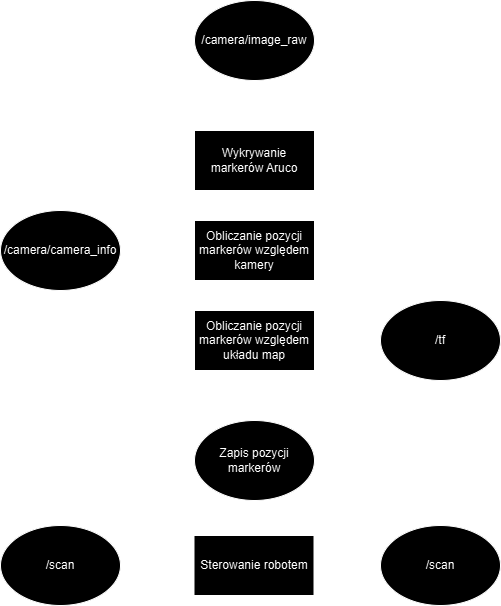
The draw.io diagram img/topic relations.png in JJayU/arm_aruco_search, before a commit. Source tidied: cells renumbered, new cells last; positions are measured from the earlier drawing's top-left corner, leaving out a move shared by most shapes. Its diagram source:
```xml
<mxGraphModel>
  <root>
    <mxCell id="0" />
    <mxCell id="1" parent="0" />
    <mxCell id="2" style="edgeStyle=orthogonalEdgeStyle;rounded=0;jettySize=auto;html=1;exitX=0.5;exitY=1;exitDx=0;exitDy=0;entryX=0.5;entryY=0;entryDx=0;entryDy=0;" parent="1" edge="1" source="3" target="11">
      <mxGeometry relative="1" as="geometry" />
    </mxCell>
    <mxCell id="3" value="/camera/image_raw" style="ellipse;whiteSpace=wrap;html=1;" parent="1" vertex="1">
      <mxGeometry x="194" width="120" height="80" as="geometry" />
    </mxCell>
    <mxCell id="4" style="edgeStyle=orthogonalEdgeStyle;rounded=0;jettySize=auto;html=1;exitX=1;exitY=0.5;exitDx=0;exitDy=0;entryX=0;entryY=0.5;entryDx=0;entryDy=0;" parent="1" edge="1" source="5" target="13">
      <mxGeometry relative="1" as="geometry" />
    </mxCell>
    <mxCell id="5" value="/camera/camera_info" style="ellipse;whiteSpace=wrap;html=1;" parent="1" vertex="1">
      <mxGeometry y="210" width="120" height="80" as="geometry" />
    </mxCell>
    <mxCell id="6" style="edgeStyle=orthogonalEdgeStyle;rounded=0;jettySize=auto;html=1;" parent="1" edge="1" source="7" target="18">
      <mxGeometry relative="1" as="geometry" />
    </mxCell>
    <mxCell id="7" value="/scan" style="ellipse;whiteSpace=wrap;html=1;" parent="1" vertex="1">
      <mxGeometry y="525" width="120" height="80" as="geometry" />
    </mxCell>
    <mxCell id="8" style="edgeStyle=orthogonalEdgeStyle;rounded=0;jettySize=auto;html=1;" parent="1" edge="1" source="9" target="15">
      <mxGeometry relative="1" as="geometry" />
    </mxCell>
    <mxCell id="9" value="/tf" style="ellipse;whiteSpace=wrap;html=1;" parent="1" vertex="1">
      <mxGeometry x="380" y="300" width="120" height="80" as="geometry" />
    </mxCell>
    <mxCell id="10" style="edgeStyle=orthogonalEdgeStyle;rounded=0;jettySize=auto;html=1;" parent="1" edge="1" source="11" target="13">
      <mxGeometry relative="1" as="geometry" />
    </mxCell>
    <mxCell id="11" value="Wykrywanie markerów Aruco" style="rounded=0;whiteSpace=wrap;html=1;" parent="1" vertex="1">
      <mxGeometry x="194" y="130" width="120" height="60" as="geometry" />
    </mxCell>
    <mxCell id="12" style="edgeStyle=orthogonalEdgeStyle;rounded=0;jettySize=auto;html=1;" parent="1" edge="1" source="13" target="15">
      <mxGeometry relative="1" as="geometry" />
    </mxCell>
    <mxCell id="13" value="Obliczanie pozycji markerów względem kamery" style="rounded=0;whiteSpace=wrap;html=1;" parent="1" vertex="1">
      <mxGeometry x="194" y="220" width="120" height="60" as="geometry" />
    </mxCell>
    <mxCell id="14" style="edgeStyle=orthogonalEdgeStyle;rounded=0;jettySize=auto;html=1;" parent="1" edge="1" source="15" target="19">
      <mxGeometry relative="1" as="geometry" />
    </mxCell>
    <mxCell id="15" value="Obliczanie pozycji markerów względem układu map" style="rounded=0;whiteSpace=wrap;html=1;" parent="1" vertex="1">
      <mxGeometry x="194" y="310" width="120" height="60" as="geometry" />
    </mxCell>
    <mxCell id="16" value="/scan" style="ellipse;whiteSpace=wrap;html=1;" parent="1" vertex="1">
      <mxGeometry x="380" y="525" width="120" height="80" as="geometry" />
    </mxCell>
    <mxCell id="17" style="edgeStyle=orthogonalEdgeStyle;rounded=0;jettySize=auto;html=1;" parent="1" edge="1" source="18" target="16">
      <mxGeometry relative="1" as="geometry" />
    </mxCell>
    <mxCell id="18" value="Sterowanie robotem" style="rounded=0;whiteSpace=wrap;html=1;" parent="1" vertex="1">
      <mxGeometry x="193.5" y="535" width="120" height="60" as="geometry" />
    </mxCell>
    <mxCell id="19" value="Zapis pozycji markerów" style="ellipse;whiteSpace=wrap;html=1;" parent="1" vertex="1">
      <mxGeometry x="194" y="420" width="120" height="80" as="geometry" />
    </mxCell>
  </root>
</mxGraphModel>
```
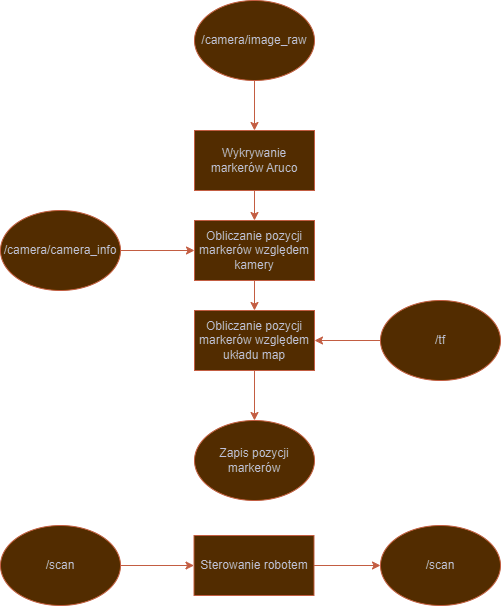
Later version of the same file.

Diff of the diagram source:
```diff
@@ -2,58 +2,58 @@
   <root>
     <mxCell id="0" />
     <mxCell id="1" parent="0" />
-    <mxCell id="2" style="edgeStyle=orthogonalEdgeStyle;rounded=0;jettySize=auto;html=1;exitX=0.5;exitY=1;exitDx=0;exitDy=0;entryX=0.5;entryY=0;entryDx=0;entryDy=0;" parent="1" edge="1" source="3" target="11">
+    <mxCell id="2" style="edgeStyle=orthogonalEdgeStyle;rounded=0;jettySize=auto;html=1;exitX=0.5;exitY=1;exitDx=0;exitDy=0;entryX=0.5;entryY=0;entryDx=0;entryDy=0;labelBackgroundColor=none;strokeColor=#E07A5F;fontColor=default;" parent="1" edge="1" source="3" target="11">
       <mxGeometry relative="1" as="geometry" />
     </mxCell>
-    <mxCell id="3" value="/camera/image_raw" style="ellipse;whiteSpace=wrap;html=1;" parent="1" vertex="1">
+    <mxCell id="3" value="/camera/image_raw" style="ellipse;whiteSpace=wrap;html=1;labelBackgroundColor=none;fillColor=#F2CC8F;strokeColor=#E07A5F;fontColor=#393C56;" parent="1" vertex="1">
       <mxGeometry x="194" width="120" height="80" as="geometry" />
     </mxCell>
-    <mxCell id="4" style="edgeStyle=orthogonalEdgeStyle;rounded=0;jettySize=auto;html=1;exitX=1;exitY=0.5;exitDx=0;exitDy=0;entryX=0;entryY=0.5;entryDx=0;entryDy=0;" parent="1" edge="1" source="5" target="13">
+    <mxCell id="4" style="edgeStyle=orthogonalEdgeStyle;rounded=0;jettySize=auto;html=1;exitX=1;exitY=0.5;exitDx=0;exitDy=0;entryX=0;entryY=0.5;entryDx=0;entryDy=0;labelBackgroundColor=none;strokeColor=#E07A5F;fontColor=default;" parent="1" edge="1" source="5" target="13">
       <mxGeometry relative="1" as="geometry" />
     </mxCell>
-    <mxCell id="5" value="/camera/camera_info" style="ellipse;whiteSpace=wrap;html=1;" parent="1" vertex="1">
+    <mxCell id="5" value="/camera/camera_info" style="ellipse;whiteSpace=wrap;html=1;labelBackgroundColor=none;fillColor=#F2CC8F;strokeColor=#E07A5F;fontColor=#393C56;" parent="1" vertex="1">
       <mxGeometry y="210" width="120" height="80" as="geometry" />
     </mxCell>
-    <mxCell id="6" style="edgeStyle=orthogonalEdgeStyle;rounded=0;jettySize=auto;html=1;" parent="1" edge="1" source="7" target="18">
+    <mxCell id="6" style="edgeStyle=orthogonalEdgeStyle;rounded=0;jettySize=auto;html=1;labelBackgroundColor=none;strokeColor=#E07A5F;fontColor=default;" parent="1" edge="1" source="7" target="18">
       <mxGeometry relative="1" as="geometry" />
     </mxCell>
-    <mxCell id="7" value="/scan" style="ellipse;whiteSpace=wrap;html=1;" parent="1" vertex="1">
+    <mxCell id="7" value="/scan" style="ellipse;whiteSpace=wrap;html=1;labelBackgroundColor=none;fillColor=#F2CC8F;strokeColor=#E07A5F;fontColor=#393C56;" parent="1" vertex="1">
       <mxGeometry y="525" width="120" height="80" as="geometry" />
     </mxCell>
-    <mxCell id="8" style="edgeStyle=orthogonalEdgeStyle;rounded=0;jettySize=auto;html=1;" parent="1" edge="1" source="9" target="15">
+    <mxCell id="8" style="edgeStyle=orthogonalEdgeStyle;rounded=0;jettySize=auto;html=1;labelBackgroundColor=none;strokeColor=#E07A5F;fontColor=default;" parent="1" edge="1" source="9" target="15">
       <mxGeometry relative="1" as="geometry" />
     </mxCell>
-    <mxCell id="9" value="/tf" style="ellipse;whiteSpace=wrap;html=1;" parent="1" vertex="1">
+    <mxCell id="9" value="/tf" style="ellipse;whiteSpace=wrap;html=1;labelBackgroundColor=none;fillColor=#F2CC8F;strokeColor=#E07A5F;fontColor=#393C56;" parent="1" vertex="1">
       <mxGeometry x="380" y="300" width="120" height="80" as="geometry" />
     </mxCell>
-    <mxCell id="10" style="edgeStyle=orthogonalEdgeStyle;rounded=0;jettySize=auto;html=1;" parent="1" edge="1" source="11" target="13">
+    <mxCell id="10" style="edgeStyle=orthogonalEdgeStyle;rounded=0;jettySize=auto;html=1;labelBackgroundColor=none;strokeColor=#E07A5F;fontColor=default;" parent="1" edge="1" source="11" target="13">
       <mxGeometry relative="1" as="geometry" />
     </mxCell>
-    <mxCell id="11" value="Wykrywanie markerów Aruco" style="rounded=0;whiteSpace=wrap;html=1;" parent="1" vertex="1">
+    <mxCell id="11" value="Wykrywanie markerów Aruco" style="rounded=0;whiteSpace=wrap;html=1;labelBackgroundColor=none;fillColor=#F2CC8F;strokeColor=#E07A5F;fontColor=#393C56;" parent="1" vertex="1">
       <mxGeometry x="194" y="130" width="120" height="60" as="geometry" />
     </mxCell>
-    <mxCell id="12" style="edgeStyle=orthogonalEdgeStyle;rounded=0;jettySize=auto;html=1;" parent="1" edge="1" source="13" target="15">
+    <mxCell id="12" style="edgeStyle=orthogonalEdgeStyle;rounded=0;jettySize=auto;html=1;labelBackgroundColor=none;strokeColor=#E07A5F;fontColor=default;" parent="1" edge="1" source="13" target="15">
       <mxGeometry relative="1" as="geometry" />
     </mxCell>
-    <mxCell id="13" value="Obliczanie pozycji markerów względem kamery" style="rounded=0;whiteSpace=wrap;html=1;" parent="1" vertex="1">
+    <mxCell id="13" value="Obliczanie pozycji markerów względem kamery" style="rounded=0;whiteSpace=wrap;html=1;labelBackgroundColor=none;fillColor=#F2CC8F;strokeColor=#E07A5F;fontColor=#393C56;" parent="1" vertex="1">
       <mxGeometry x="194" y="220" width="120" height="60" as="geometry" />
     </mxCell>
-    <mxCell id="14" style="edgeStyle=orthogonalEdgeStyle;rounded=0;jettySize=auto;html=1;" parent="1" edge="1" source="15" target="19">
+    <mxCell id="14" style="edgeStyle=orthogonalEdgeStyle;rounded=0;jettySize=auto;html=1;labelBackgroundColor=none;strokeColor=#E07A5F;fontColor=default;" parent="1" edge="1" source="15" target="19">
       <mxGeometry relative="1" as="geometry" />
     </mxCell>
-    <mxCell id="15" value="Obliczanie pozycji markerów względem układu map" style="rounded=0;whiteSpace=wrap;html=1;" parent="1" vertex="1">
+    <mxCell id="15" value="Obliczanie pozycji markerów względem układu map" style="rounded=0;whiteSpace=wrap;html=1;labelBackgroundColor=none;fillColor=#F2CC8F;strokeColor=#E07A5F;fontColor=#393C56;" parent="1" vertex="1">
       <mxGeometry x="194" y="310" width="120" height="60" as="geometry" />
     </mxCell>
-    <mxCell id="16" value="/scan" style="ellipse;whiteSpace=wrap;html=1;" parent="1" vertex="1">
+    <mxCell id="16" value="/scan" style="ellipse;whiteSpace=wrap;html=1;labelBackgroundColor=none;fillColor=#F2CC8F;strokeColor=#E07A5F;fontColor=#393C56;" parent="1" vertex="1">
       <mxGeometry x="380" y="525" width="120" height="80" as="geometry" />
     </mxCell>
-    <mxCell id="17" style="edgeStyle=orthogonalEdgeStyle;rounded=0;jettySize=auto;html=1;" parent="1" edge="1" source="18" target="16">
+    <mxCell id="17" style="edgeStyle=orthogonalEdgeStyle;rounded=0;jettySize=auto;html=1;labelBackgroundColor=none;strokeColor=#E07A5F;fontColor=default;" parent="1" edge="1" source="18" target="16">
       <mxGeometry relative="1" as="geometry" />
     </mxCell>
-    <mxCell id="18" value="Sterowanie robotem" style="rounded=0;whiteSpace=wrap;html=1;" parent="1" vertex="1">
+    <mxCell id="18" value="Sterowanie robotem" style="rounded=0;whiteSpace=wrap;html=1;labelBackgroundColor=none;fillColor=#F2CC8F;strokeColor=#E07A5F;fontColor=#393C56;" parent="1" vertex="1">
       <mxGeometry x="193.5" y="535" width="120" height="60" as="geometry" />
     </mxCell>
-    <mxCell id="19" value="Zapis pozycji markerów" style="ellipse;whiteSpace=wrap;html=1;" parent="1" vertex="1">
+    <mxCell id="19" value="Zapis pozycji markerów" style="ellipse;whiteSpace=wrap;html=1;labelBackgroundColor=none;fillColor=#F2CC8F;strokeColor=#E07A5F;fontColor=#393C56;" parent="1" vertex="1">
       <mxGeometry x="194" y="420" width="120" height="80" as="geometry" />
     </mxCell>
   </root>
```
